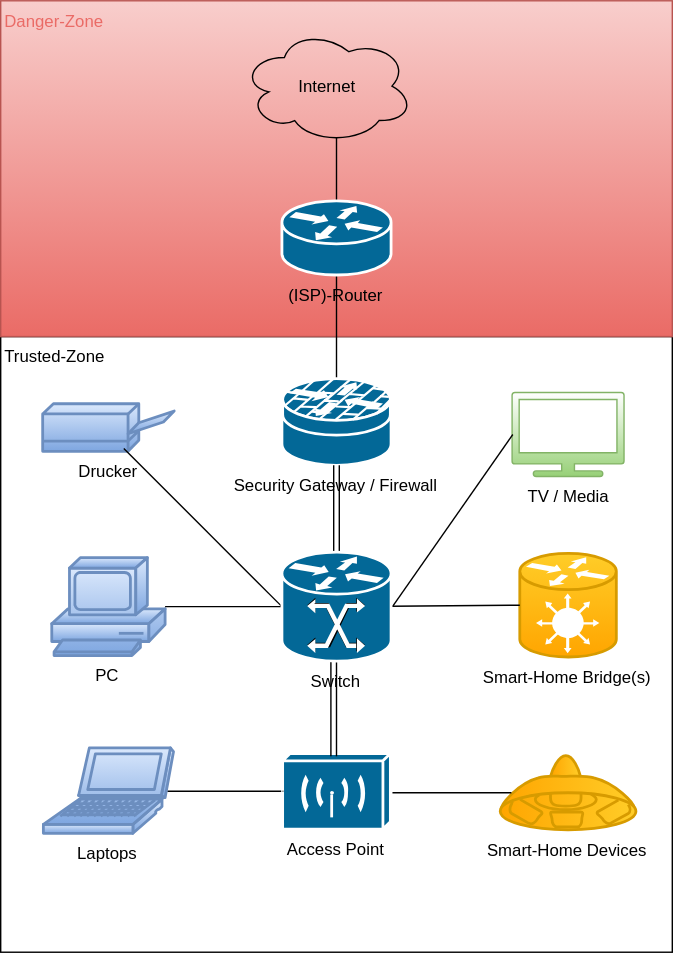
Before: assets/images/homeNetwork-good.svg, a diagram exported from draw.io (cflat-inc/cflat-inc.github.io). Source tidied: cells renumbered, new cells last; positions are measured from the earlier drawing's top-left corner, leaving out a move shared by most shapes.
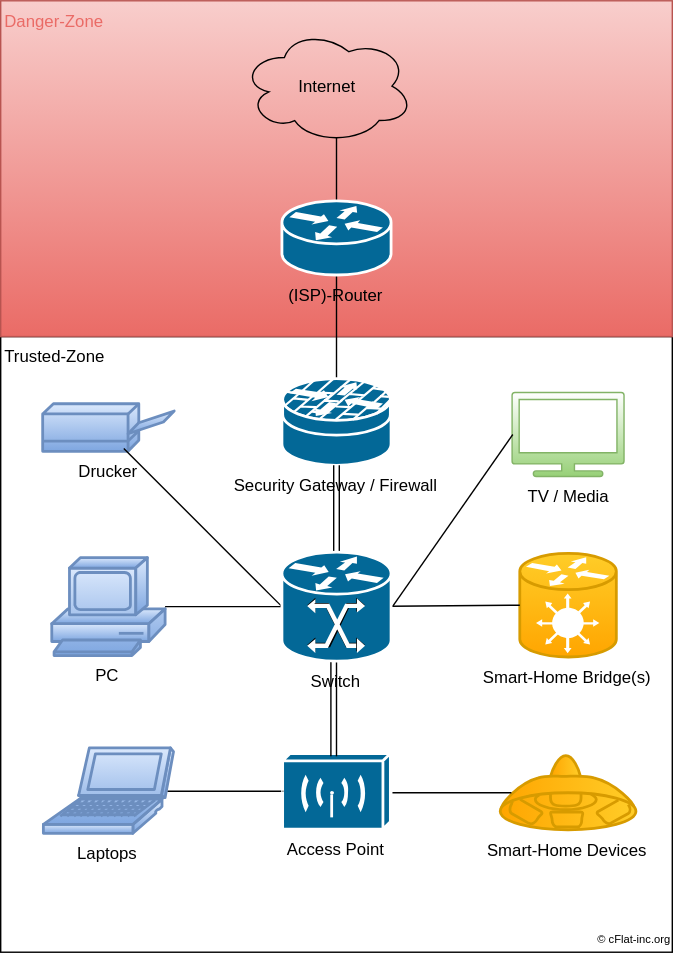
After the commit.

What changed in the source:
```diff
@@ -82,5 +82,8 @@
     <mxCell id="25" value="Switch" style="shape=mxgraph.cisco.switches.mgx_8000_multiservice_switch;html=1;dashed=0;fillColor=#036897;strokeColor=#ffffff;strokeWidth=2;verticalLabelPosition=bottom;verticalAlign=top;labelBackgroundColor=none;fontColor=#000000;align=center;" parent="1" vertex="1">
       <mxGeometry x="201" y="394" width="78" height="78" as="geometry" />
     </mxCell>
+    <mxCell id="26" value="&lt;div style=&quot;text-align: right&quot;&gt;&lt;span&gt;© cFlat-inc.org&lt;/span&gt;&lt;/div&gt;" style="text;html=1;strokeColor=none;fillColor=none;align=right;verticalAlign=middle;whiteSpace=wrap;rounded=0;labelBackgroundColor=none;fontColor=#000000;fontSize=8;" parent="1" vertex="1">
+      <mxGeometry x="420" y="660" width="60" height="20" as="geometry" />
+    </mxCell>
   </root>
 </mxGraphModel>
```
